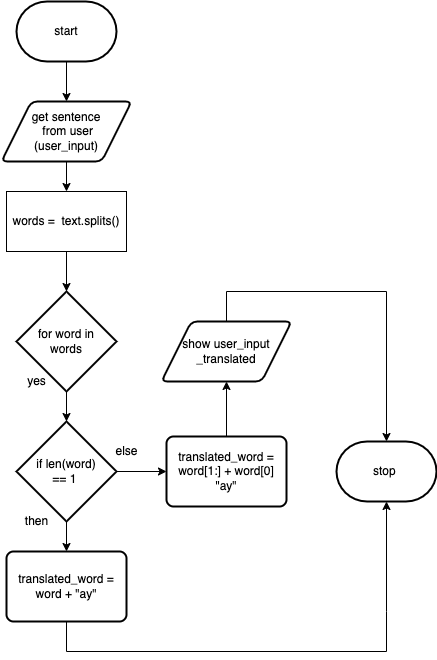
This is top-down.png from venika-sem/ICS3U-Assignment7-Python, a draw.io export, as it was before one commit. Source tidied: cells renumbered, new cells last; positions are measured from the earlier drawing's top-left corner, leaving out a move shared by most shapes.
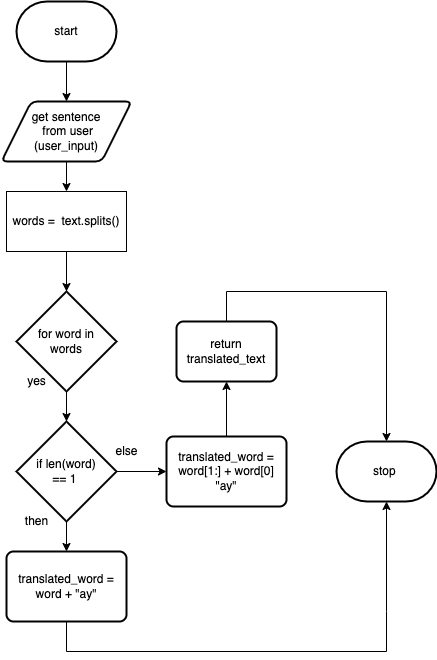
The same diagram one commit later.

What changed in the source:
```diff
@@ -47,23 +47,23 @@
     <mxCell id="14" value="translated_word = word + &quot;ay&quot;" style="rounded=1;whiteSpace=wrap;html=1;absoluteArcSize=1;arcSize=14;strokeWidth=2;" parent="1" vertex="1">
       <mxGeometry x="5" y="550" width="120" height="70" as="geometry" />
     </mxCell>
-    <mxCell id="15" style="edgeStyle=none;rounded=0;html=1;exitX=0.5;exitY=0;exitDx=0;exitDy=0;" parent="1" edge="1" source="16" target="18">
-      <mxGeometry relative="1" as="geometry" />
+    <mxCell id="15" style="edgeStyle=none;rounded=0;html=1;exitX=0.5;exitY=0;exitDx=0;exitDy=0;" parent="1" edge="1" source="16">
+      <mxGeometry relative="1" as="geometry">
+        <mxPoint x="225" y="380" as="targetPoint" />
+      </mxGeometry>
     </mxCell>
     <mxCell id="16" value="translated_word = word[1:] + word[0] &quot;ay&quot;" style="rounded=1;whiteSpace=wrap;html=1;absoluteArcSize=1;arcSize=14;strokeWidth=2;" parent="1" vertex="1">
       <mxGeometry x="165" y="435" width="120" height="70" as="geometry" />
     </mxCell>
-    <mxCell id="17" style="edgeStyle=none;rounded=0;html=1;exitX=0.5;exitY=0;exitDx=0;exitDy=0;entryX=0.5;entryY=0;entryDx=0;entryDy=0;entryPerimeter=0;" parent="1" edge="1" source="18" target="19">
+    <mxCell id="17" style="edgeStyle=none;rounded=0;html=1;exitX=0.5;exitY=0;exitDx=0;exitDy=0;entryX=0.5;entryY=0;entryDx=0;entryDy=0;entryPerimeter=0;" parent="1" edge="1" target="19">
       <mxGeometry relative="1" as="geometry">
+        <mxPoint x="225" y="320" as="sourcePoint" />
         <Array as="points">
           <mxPoint x="225" y="290" />
           <mxPoint x="385" y="290" />
         </Array>
       </mxGeometry>
     </mxCell>
-    <mxCell id="18" value="show user_input&lt;br&gt;_translated" style="shape=parallelogram;html=1;strokeWidth=2;perimeter=parallelogramPerimeter;whiteSpace=wrap;rounded=1;arcSize=12;size=0.23;" parent="1" vertex="1">
-      <mxGeometry x="160" y="320" width="130" height="60" as="geometry" />
-    </mxCell>
     <mxCell id="19" value="stop&amp;nbsp;" style="strokeWidth=2;html=1;shape=mxgraph.flowchart.terminator;whiteSpace=wrap;" parent="1" vertex="1">
       <mxGeometry x="335" y="440" width="100" height="60" as="geometry" />
     </mxCell>
@@ -76,5 +76,8 @@
     <mxCell id="22" value="yes" style="text;html=1;align=center;verticalAlign=middle;fillColor=none;strokeColor=none;rounded=0;" parent="1" vertex="1">
       <mxGeometry x="20" y="370" width="30" height="20" as="geometry" />
     </mxCell>
+    <mxCell id="23" value="return translated_text" style="rounded=1;whiteSpace=wrap;html=1;absoluteArcSize=1;arcSize=14;strokeWidth=2;" parent="1" vertex="1">
+      <mxGeometry x="175" y="320" width="100" height="60" as="geometry" />
+    </mxCell>
   </root>
 </mxGraphModel>
```
